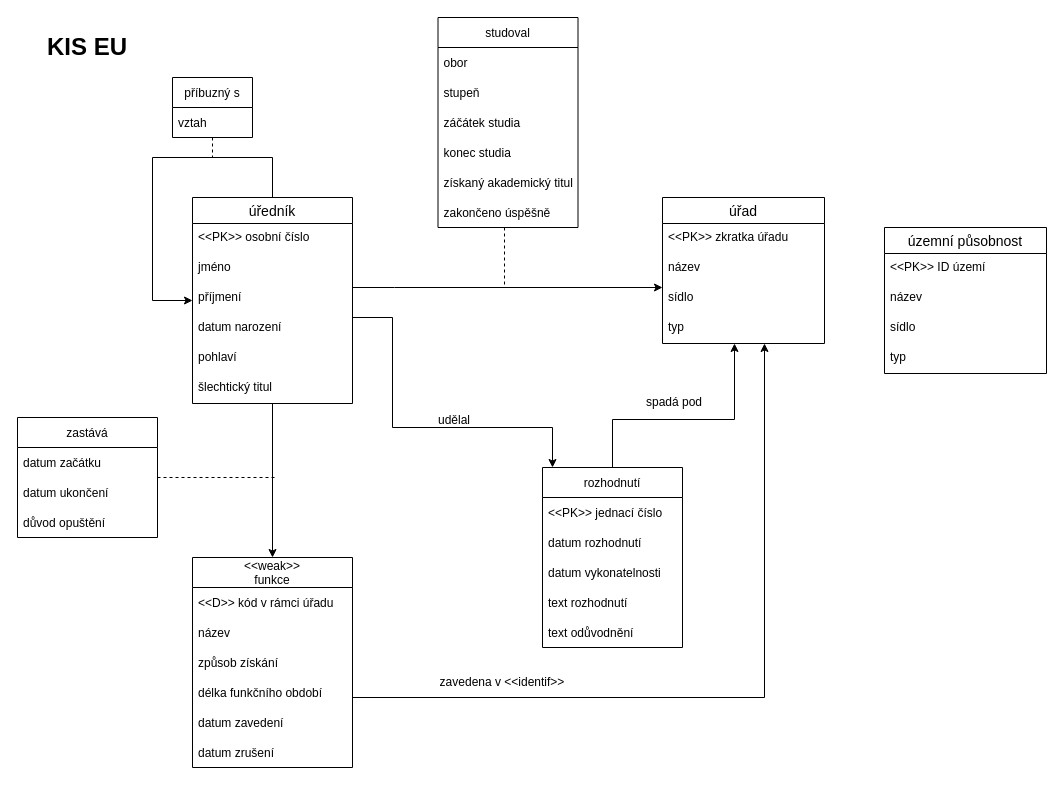
Before: kiseu.drawio in mstrlc/ius-homework, a draw.io diagram. Source tidied: cells renumbered, new cells numbered last; positions are measured from the earlier drawing's top-left corner, leaving out a move shared by most shapes. Both pictures are drawn from the tidied source at 100%, with x=0, y=0 at pixel (17, 17).
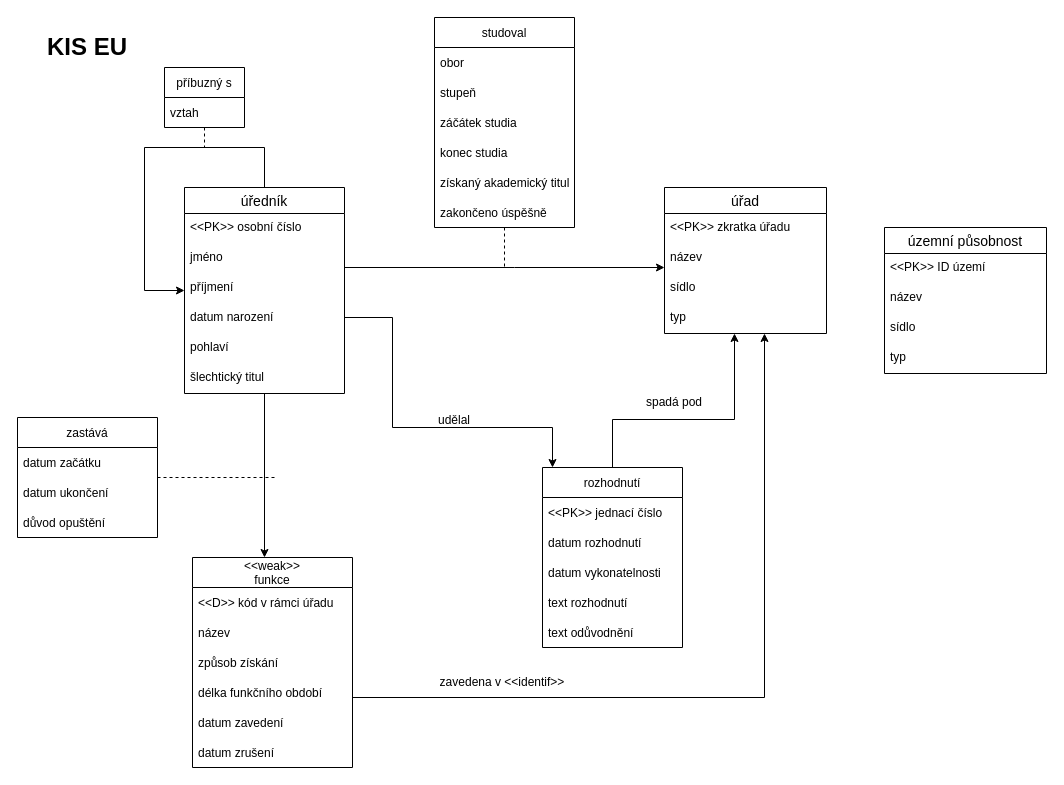
The same page after the edit.

The change refers to these unchanged cells:
```xml
<mxCell id="7" value="příjmení" style="text;strokeColor=none;fillColor=none;spacingLeft=4;spacingRight=4;overflow=hidden;points=[[0,0.5],[1,0.5]];portConstraint=eastwest;fontSize=12;fontFamily=Helvetica;" parent="4" vertex="1">
  <mxGeometry y="86" width="160" height="30" as="geometry" />
</mxCell>
```

The edit, as a diff of the source:
```diff
@@
     <mxCell id="4" value="úředník" style="swimlane;fontStyle=0;horizontal=1;startSize=26;align=center;fontSize=14;fontFamily=Helvetica;" parent="1" vertex="1">
-      <mxGeometry x="175" y="180" width="160" height="206" as="geometry" />
+      <mxGeometry x="167" y="170" width="160" height="206" as="geometry" />
     </mxCell>
@@
     <mxCell id="11" value="úřad" style="swimlane;fontStyle=0;horizontal=1;startSize=26;align=center;fontSize=14;fontFamily=Helvetica;" parent="1" vertex="1">
-      <mxGeometry x="645" y="180" width="162" height="146" as="geometry" />
+      <mxGeometry x="647" y="170" width="162" height="146" as="geometry" />
     </mxCell>
@@
     <mxCell id="16" style="edgeStyle=orthogonalEdgeStyle;rounded=0;orthogonalLoop=1;jettySize=auto;html=1;fontFamily=Helvetica;" parent="1" edge="1" source="4" target="4">
       <mxGeometry relative="1" as="geometry">
         <Array as="points">
-          <mxPoint x="255" y="140" />
-          <mxPoint x="135" y="140" />
-          <mxPoint x="135" y="283" />
+          <mxPoint x="247" y="130" />
+          <mxPoint x="127" y="130" />
+          <mxPoint x="127" y="273" />
         </Array>
       </mxGeometry>
     </mxCell>
@@
     <mxCell id="18" style="edgeStyle=orthogonalEdgeStyle;rounded=0;jettySize=auto;html=1;fontFamily=Helvetica;strokeColor=default;endArrow=none;endFill=0;dashed=1;" parent="1" edge="1" source="19">
       <mxGeometry relative="1" as="geometry">
-        <mxPoint x="195" y="140" as="targetPoint" />
+        <mxPoint x="187" y="130" as="targetPoint" />
       </mxGeometry>
     </mxCell>
     <mxCell id="19" value="příbuzný s" style="swimlane;fontStyle=0;horizontal=1;startSize=30;fontFamily=Helvetica;" parent="1" vertex="1">
-      <mxGeometry x="155" y="60" width="80" height="60" as="geometry" />
+      <mxGeometry x="147" y="50" width="80" height="60" as="geometry" />
     </mxCell>
@@
-    <mxCell id="38" style="edgeStyle=orthogonalEdgeStyle;rounded=0;jettySize=auto;html=1;fontFamily=Helvetica;endArrow=classic;endFill=1;strokeColor=default;" parent="1" edge="1" source="7" target="11">
+    <mxCell id="38" style="edgeStyle=orthogonalEdgeStyle;rounded=0;jettySize=auto;html=1;fontFamily=Helvetica;endArrow=classic;endFill=1;strokeColor=default;" parent="1" edge="1" source="4" target="11">
       <mxGeometry relative="1" as="geometry">
         <Array as="points">
-          <mxPoint x="377" y="270" />
-          <mxPoint x="377" y="270" />
+          <mxPoint x="497" y="250" />
+          <mxPoint x="497" y="250" />
         </Array>
       </mxGeometry>
     </mxCell>
     <mxCell id="39" style="edgeStyle=orthogonalEdgeStyle;rounded=0;jettySize=auto;html=1;fontFamily=Helvetica;endArrow=none;endFill=0;strokeColor=default;dashed=1;" parent="1" edge="1" source="40">
       <mxGeometry relative="1" as="geometry">
-        <mxPoint x="487" y="270" as="targetPoint" />
+        <mxPoint x="487" y="250" as="targetPoint" />
         <Array as="points">
-          <mxPoint x="487" y="270" />
+          <mxPoint x="487" y="220" />
+          <mxPoint x="487" y="220" />
         </Array>
       </mxGeometry>
     </mxCell>
     <mxCell id="40" value="studoval" style="swimlane;fontStyle=0;horizontal=1;startSize=30;fontFamily=Helvetica;" parent="1" vertex="1">
-      <mxGeometry x="420.5" width="140" height="210" as="geometry" />
+      <mxGeometry x="417" width="140" height="210" as="geometry" />
     </mxCell>
```
